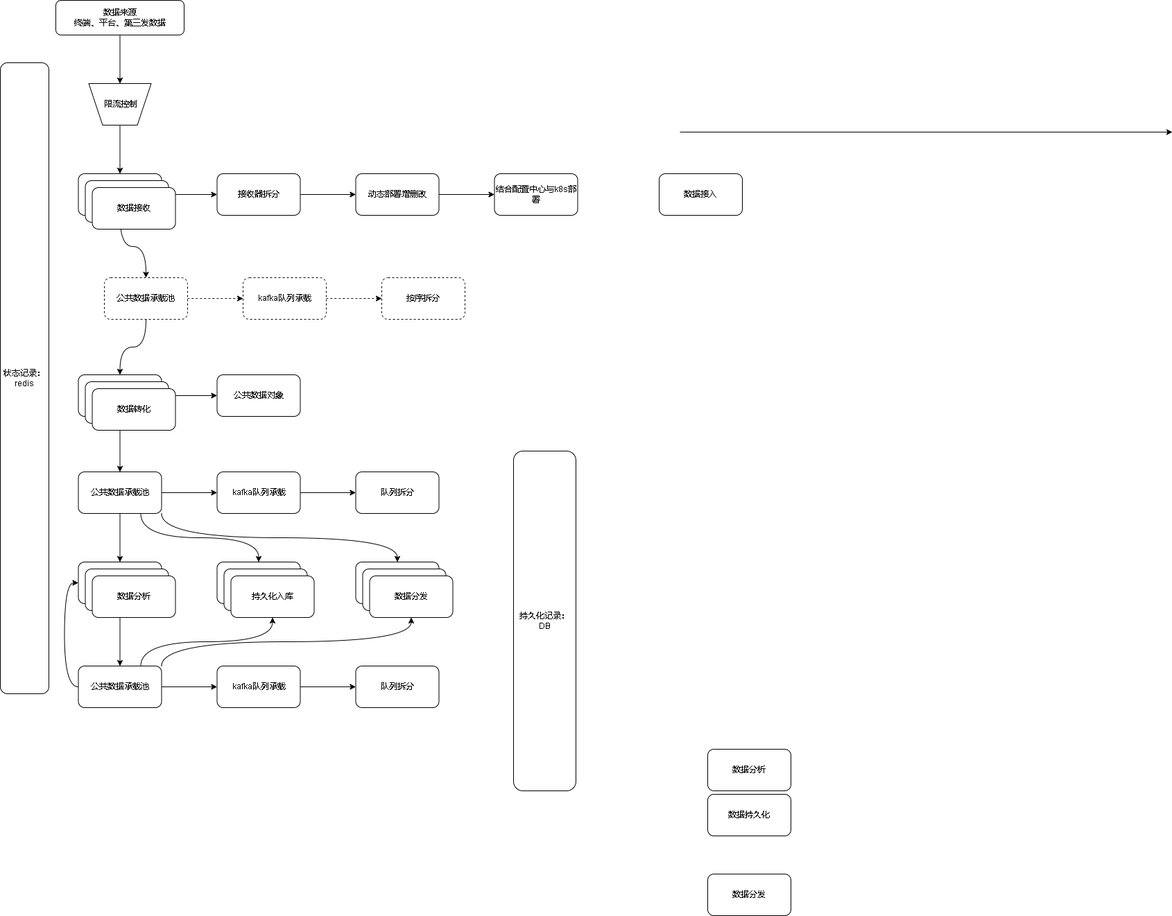
The draw.io diagram 808后台架构.drawio.png in xktder/draw, before a commit. Source tidied: cells renumbered, new cells last; positions are measured from the earlier drawing's top-left corner, leaving out a move shared by most shapes.
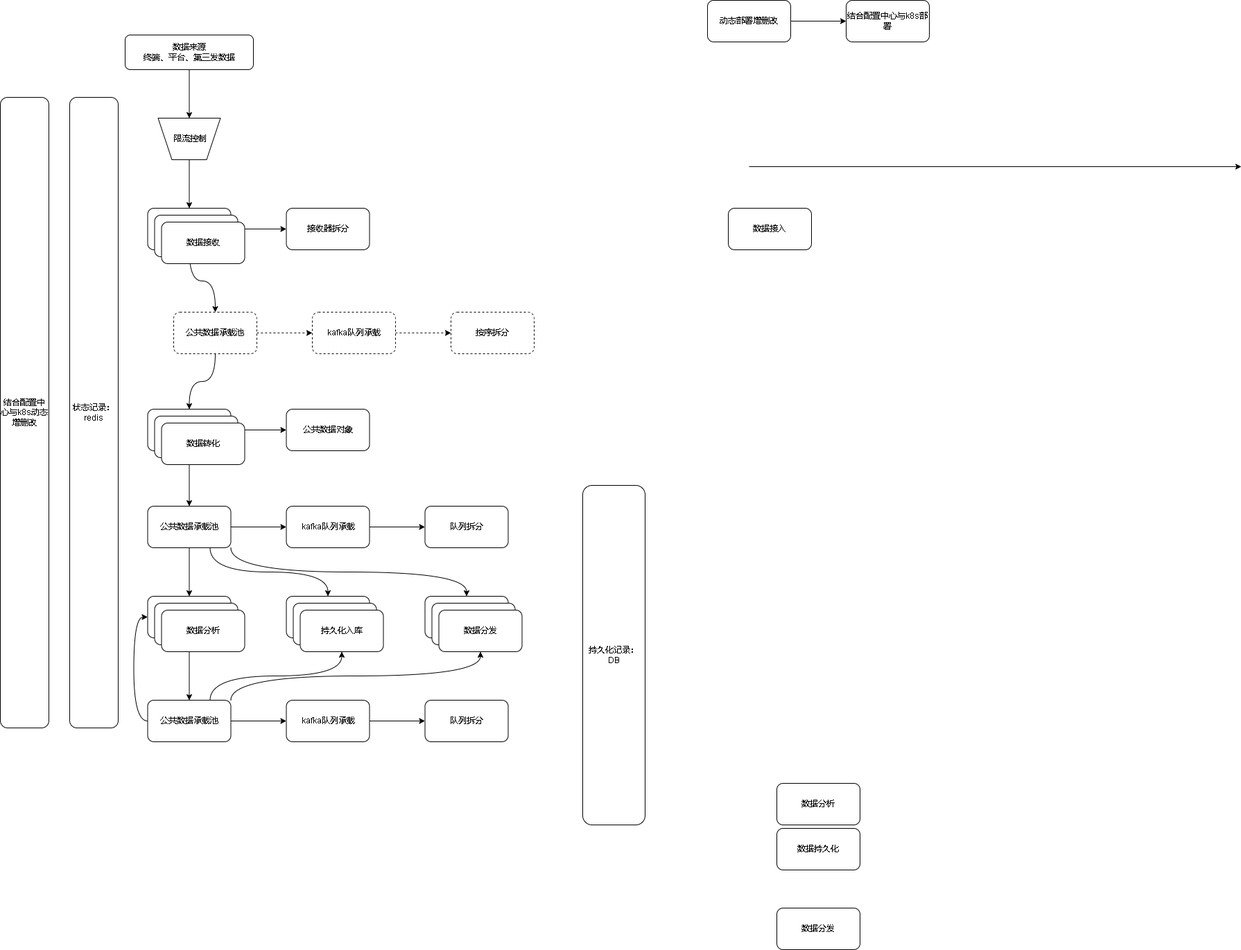
The same file after the commit.

Commit message:
更新808后台架构.drawio.png

What changed in the source:
```diff
@@ -26,9 +26,6 @@
     <mxCell id="9" value="数据分发" style="rounded=1;whiteSpace=wrap;html=1;" parent="1" vertex="1">
       <mxGeometry x="1020" y="1260" width="120" height="60" as="geometry" />
     </mxCell>
-    <mxCell id="10" style="edgeStyle=orthogonalEdgeStyle;curved=1;rounded=0;jettySize=auto;html=1;" parent="1" edge="1" source="11" target="13">
-      <mxGeometry relative="1" as="geometry" />
-    </mxCell>
     <mxCell id="11" value="接收器拆分" style="whiteSpace=wrap;html=1;rounded=1;" parent="1" vertex="1">
       <mxGeometry x="312.5" y="250" width="120" height="60" as="geometry" />
     </mxCell>
@@ -36,10 +33,10 @@
       <mxGeometry relative="1" as="geometry" />
     </mxCell>
     <mxCell id="13" value="动态部署增删改" style="whiteSpace=wrap;html=1;rounded=1;" parent="1" vertex="1">
-      <mxGeometry x="512.5" y="250" width="120" height="60" as="geometry" />
+      <mxGeometry x="920" y="-50" width="120" height="60" as="geometry" />
     </mxCell>
     <mxCell id="14" value="结合配置中心与k8s部署" style="whiteSpace=wrap;html=1;rounded=1;" parent="1" vertex="1">
-      <mxGeometry x="712.5" y="250" width="120" height="60" as="geometry" />
+      <mxGeometry x="1120" y="-50" width="120" height="60" as="geometry" />
     </mxCell>
     <mxCell id="15" style="edgeStyle=orthogonalEdgeStyle;curved=1;rounded=0;jettySize=auto;html=1;" parent="1" edge="1" source="17" target="18">
       <mxGeometry relative="1" as="geometry" />
@@ -185,5 +182,8 @@
     <mxCell id="61" value="数据分发" style="whiteSpace=wrap;html=1;rounded=1;" parent="1" vertex="1">
       <mxGeometry x="532.5" y="830" width="120" height="60" as="geometry" />
     </mxCell>
+    <mxCell id="62" value="结合配置中心与k8s动态增删改" style="rounded=1;whiteSpace=wrap;html=1;" parent="1" vertex="1">
+      <mxGeometry x="-100" y="90" width="70" height="910" as="geometry" />
+    </mxCell>
   </root>
 </mxGraphModel>
```
